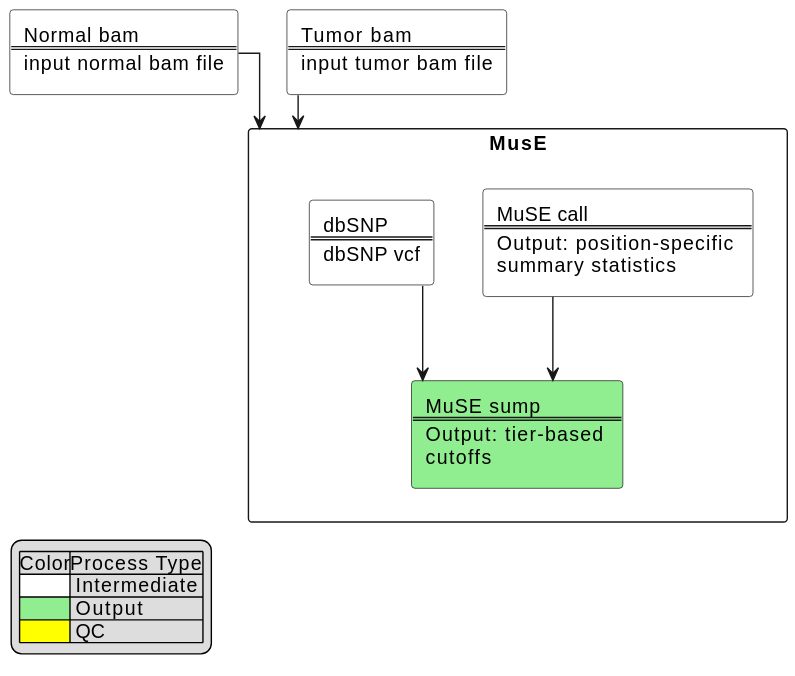
Before: docs/muse_chart.svg, a diagram exported from PlantUML (uclahs-cds/pipeline-call-sSNV). Source of this version:
```plantuml
@startuml muse_chart

!include pipeline_elements.iuml!string_functions
!include pipeline_elements.iuml!output_rect
!include pipeline_elements.iuml!intermediate_rect
!include pipeline_elements.iuml!qc_rect
!include pipeline_elements.iuml!process_legend

skinparam linetype ortho

$intermediate_process(normal_bam, 'Normal bam', 'input normal bam file')
$intermediate_process(tumor_bam, 'Tumor bam', 'input tumor bam file')

rectangle muse as "MusE" {
    $intermediate_process(muse_call_run, "MuSE call", "Output: position-specific %newline()summary statistics")
    $intermediate_process(dbsnp_file, 'dbSNP', 'dbSNP vcf')
    $output_process(muse_sump_run, "MuSE sump", "Output: tier-based %newline()cutoffs")

    muse_call_run -d-> muse_sump_run
    dbsnp_file -d-> muse_sump_run
}

tumor_bam -d-> muse
normal_bam -d-> muse

$add_legend("left")

@enduml
```
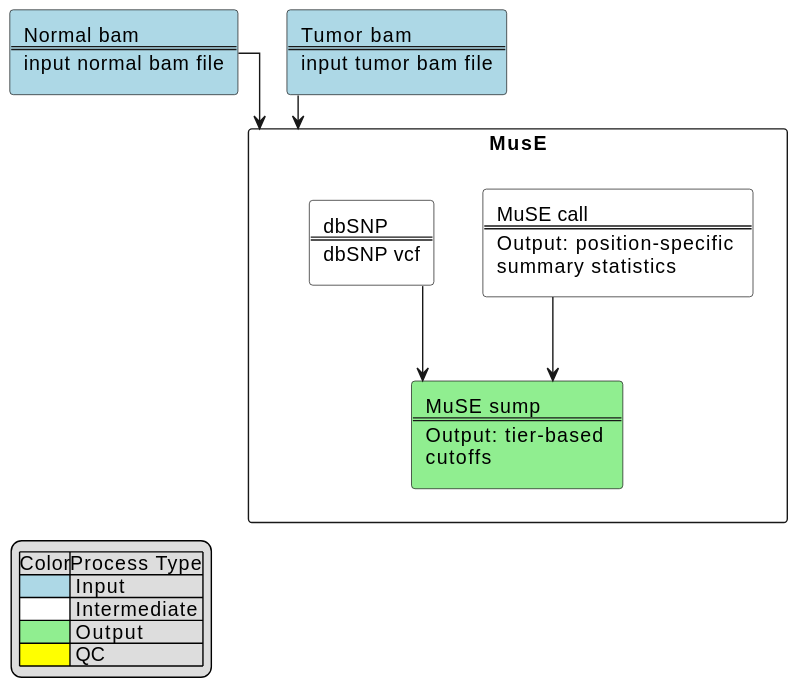
The same file after the commit.

What changed in the source:
```diff
@@ -1,6 +1,7 @@
 @startuml muse_chart
 
 !include pipeline_elements.iuml!string_functions
+!include pipeline_elements.iuml!input_rect
 !include pipeline_elements.iuml!output_rect
 !include pipeline_elements.iuml!intermediate_rect
 !include pipeline_elements.iuml!qc_rect
@@ -8,8 +9,8 @@
 
 skinparam linetype ortho
 
-$intermediate_process(normal_bam, 'Normal bam', 'input normal bam file')
-$intermediate_process(tumor_bam, 'Tumor bam', 'input tumor bam file')
+$input_process(normal_bam, 'Normal bam', 'input normal bam file')
+$input_process(tumor_bam, 'Tumor bam', 'input tumor bam file')
 
 rectangle muse as "MusE" {
     $intermediate_process(muse_call_run, "MuSE call", "Output: position-specific %newline()summary statistics")
```
